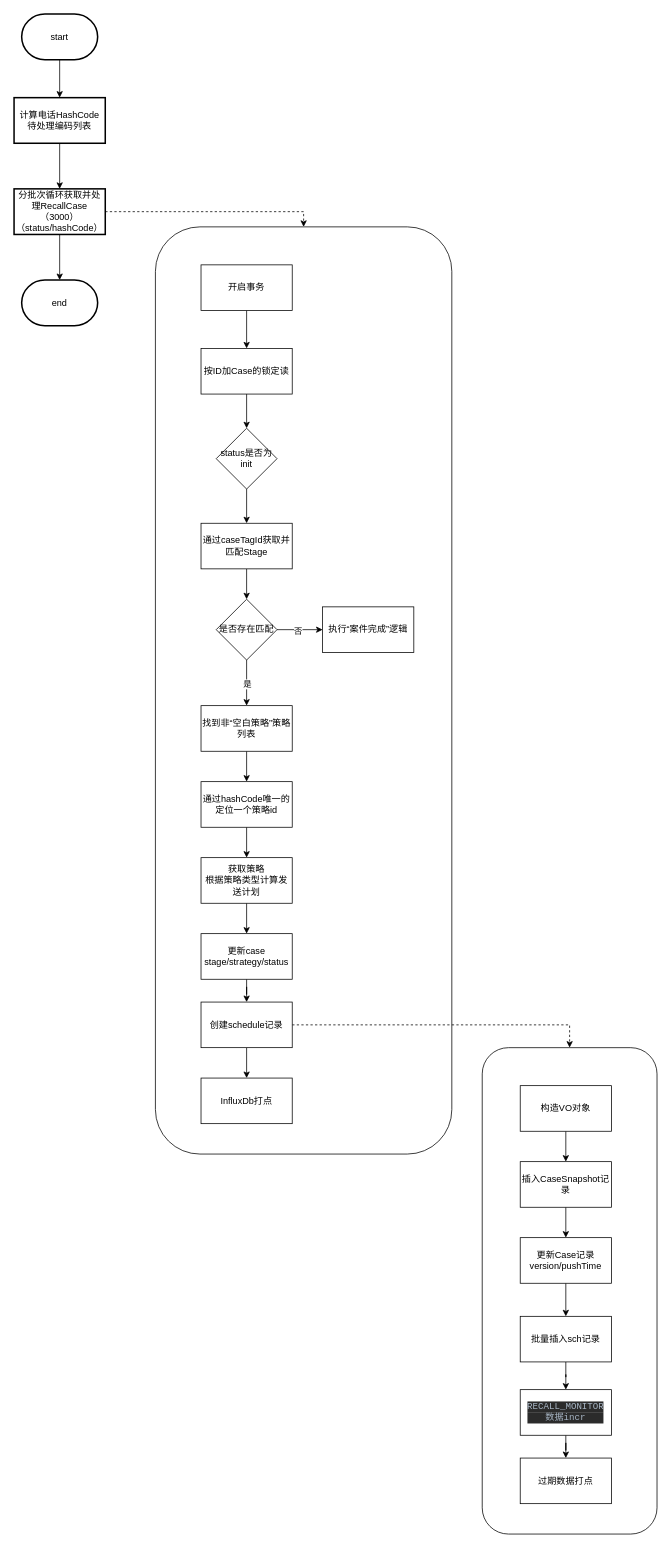
Before: page "流程图-StageInitStatusTransition" (8 of 8) of 召回系统-应用架构.drawio in ABIN-DS/flowchart, a draw.io diagram. Source tidied: cells renumbered, new cells numbered last; positions are measured from the earlier drawing's top-left corner, leaving out a move shared by most shapes. Both pictures are drawn from the tidied source at 76%, with x=0, y=0 at pixel (14, 14).
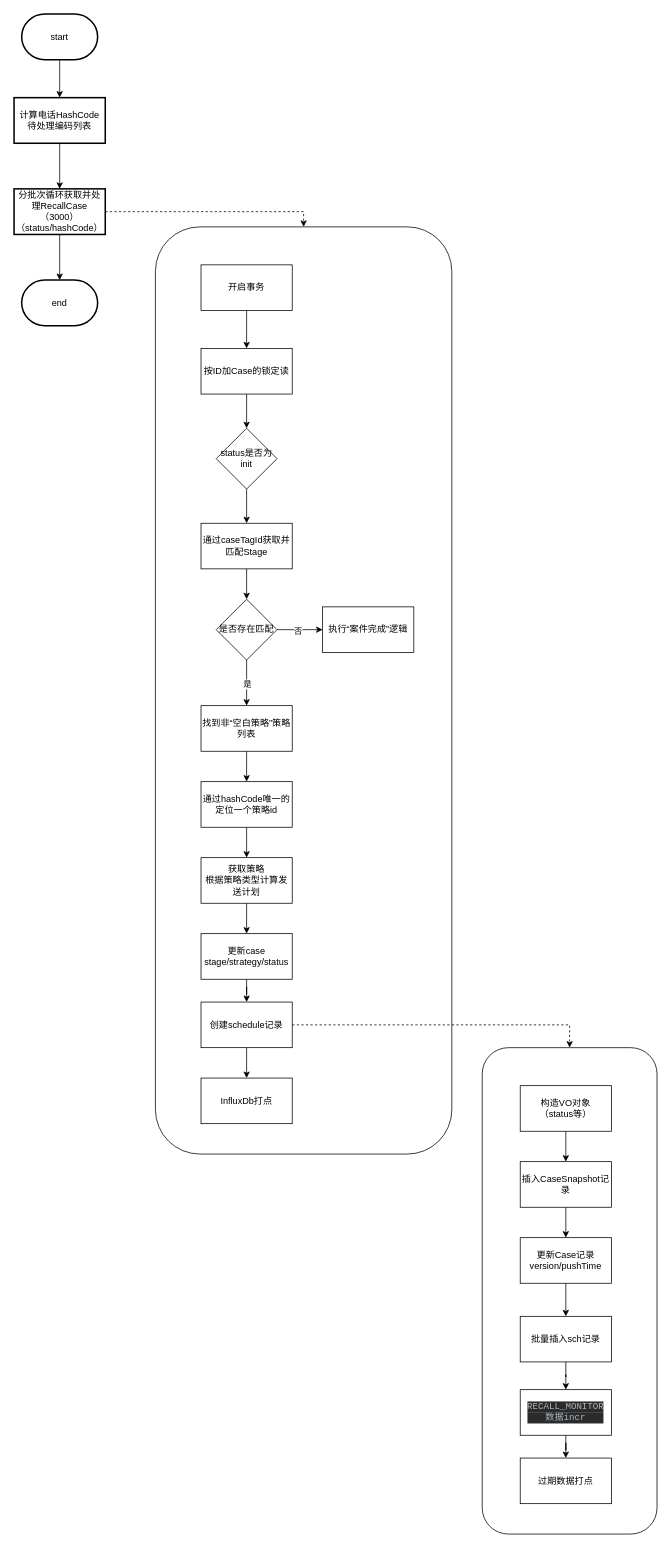
Above is the later version.

Commit message (it also covers changes not shown here):
更新召回系统-应用架构.drawio

The edit, as a diff of the source:
```diff
@@
-    <mxCell id="39" value="构造VO对象" style="rounded=0;whiteSpace=wrap;html=1;" parent="1" vertex="1">
+    <mxCell id="39" value="构造VO对象&lt;br&gt;（status等）" style="rounded=0;whiteSpace=wrap;html=1;" parent="1" vertex="1">
       <mxGeometry x="666" y="1410" width="120" height="60" as="geometry" />
     </mxCell>
```
